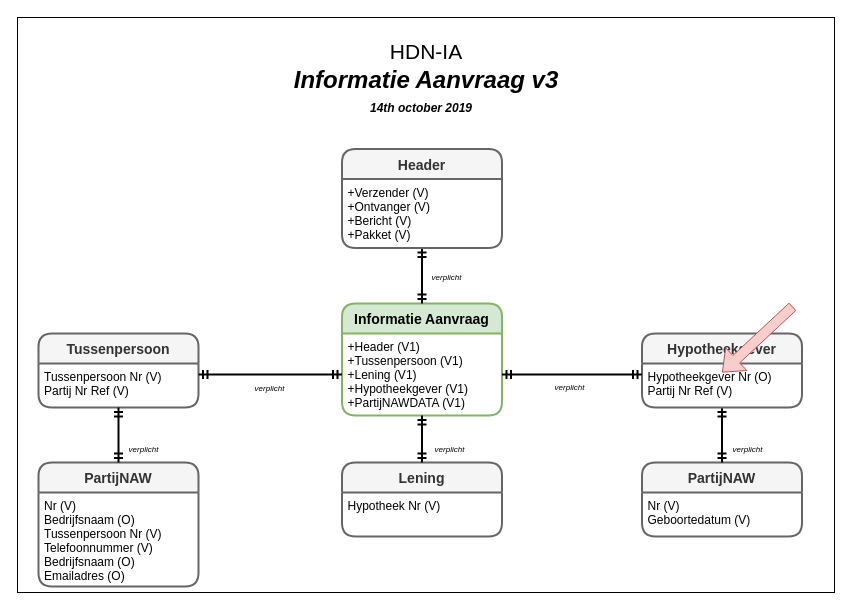
The draw.io diagram page "IA-bericht Variant" (3 of 13) of 3rdPartyDatasharing-HDN-IA-IX.drawio in luchthandel/diagrams, before the edit. Source tidied: cells renumbered, new cells numbered last; positions are measured from the earlier drawing's top-left corner, leaving out a move shared by most shapes. Both pictures are drawn from the tidied source at 100%, with x=0, y=0 at pixel (17, 17).
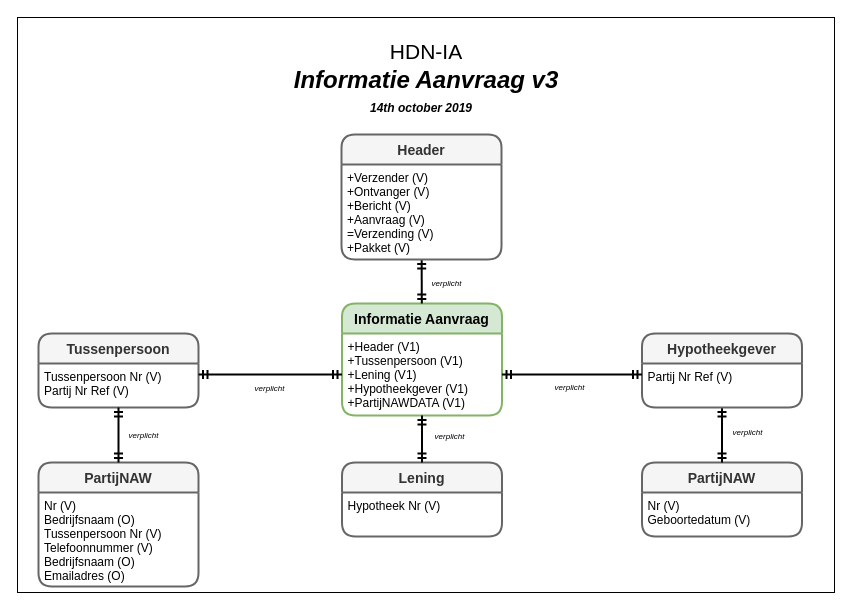
The same page after the edit.

The change refers to these unchanged cells:
```xml
<mxCell id="10" value="Hypotheekgever" style="swimlane;horizontal=1;startSize=30;fillColor=#f5f5f5;fontColor=#333333;rounded=1;fontSize=14;fontStyle=1;strokeWidth=2;shadow=0;dashed=0;align=center;strokeColor=#666666;" parent="1" vertex="1">
  <mxGeometry x="624.5" y="316" width="160" height="74" as="geometry" />
</mxCell>
```

What changed in the source:
```diff
@@
-    <mxCell id="11" value="Hypotheekgever Nr (O)&#10;Partij Nr Ref (V)" style="align=left;strokeColor=none;fillColor=none;spacingLeft=4;fontSize=12;verticalAlign=top;" parent="10" vertex="1">
+    <mxCell id="11" value="Partij Nr Ref (V)" style="align=left;strokeColor=none;fillColor=none;spacingLeft=4;fontSize=12;verticalAlign=top;" parent="10" vertex="1">
       <mxGeometry y="30" width="160" height="44" as="geometry" />
     </mxCell>
@@
     <mxCell id="18" value="Header" style="swimlane;horizontal=1;startSize=30;fillColor=#f5f5f5;rounded=1;fontSize=14;fontStyle=1;strokeWidth=2;shadow=0;dashed=0;align=center;strokeColor=#666666;fontColor=#333333;" parent="1" vertex="1">
-      <mxGeometry x="324.5" y="131.5" width="160" height="99" as="geometry" />
+      <mxGeometry x="324" y="117" width="160" height="125" as="geometry" />
     </mxCell>
-    <mxCell id="19" value="+Verzender (V)&#10;+Ontvanger (V)&#10;+Bericht (V)&#10;+Pakket (V)" style="align=left;strokeColor=none;fillColor=none;spacingLeft=4;fontSize=12;verticalAlign=top;" parent="18" vertex="1">
-      <mxGeometry y="30" width="160" height="69" as="geometry" />
+    <mxCell id="19" value="+Verzender (V)&#10;+Ontvanger (V)&#10;+Bericht (V)&#10;+Aanvraag (V)&#10;=Verzending (V)&#10;+Pakket (V)" style="align=left;strokeColor=none;fillColor=none;spacingLeft=4;fontSize=12;verticalAlign=top;" parent="18" vertex="1">
+      <mxGeometry y="30" width="160" height="95" as="geometry" />
     </mxCell>
@@
     <mxCell id="21" value="verplicht" style="text;html=1;fontStyle=2;fontSize=8;verticalAlign=middle;align=center;" parent="1" vertex="1">
-      <mxGeometry x="704.5" y="386.5" width="50" height="91" as="geometry" />
+      <mxGeometry x="705" y="387" width="50" height="56" as="geometry" />
     </mxCell>
     <mxCell id="22" value="verplicht" style="text;html=1;fontStyle=2;fontSize=8;align=center;verticalAlign=middle;" parent="1" vertex="1">
-      <mxGeometry x="406.5" y="393" width="50" height="78" as="geometry" />
+      <mxGeometry x="407" y="393" width="50" height="51" as="geometry" />
     </mxCell>
@@
     <mxCell id="24" value="verplicht" style="text;html=1;fontStyle=2;fontSize=8;verticalAlign=middle;align=center;" parent="1" vertex="1">
-      <mxGeometry x="403.5" y="233" width="50" height="53" as="geometry" />
+      <mxGeometry x="404" y="245" width="50" height="41" as="geometry" />
     </mxCell>
@@
     <mxCell id="30" value="verplicht" style="text;html=1;fontStyle=2;fontSize=8;align=center;verticalAlign=middle;" parent="1" vertex="1">
-      <mxGeometry x="101" y="393" width="50" height="78" as="geometry" />
+      <mxGeometry x="101" y="393" width="50" height="49" as="geometry" />
     </mxCell>
@@
-    <mxCell id="32" style="shape=flexArrow;endArrow=classic;html=1;fillColor=#f8cecc;strokeColor=#b85450;exitX=0.949;exitY=0.487;exitDx=0;exitDy=0;exitPerimeter=0;entryX=0.5;entryY=0;entryDx=0;entryDy=0;" parent="1" edge="1">
-      <mxGeometry relative="1" as="geometry">
-        <mxPoint x="775.3" y="289" as="sourcePoint" />
-        <mxPoint x="704.5" y="355" as="targetPoint" />
-      </mxGeometry>
-    </mxCell>
```
